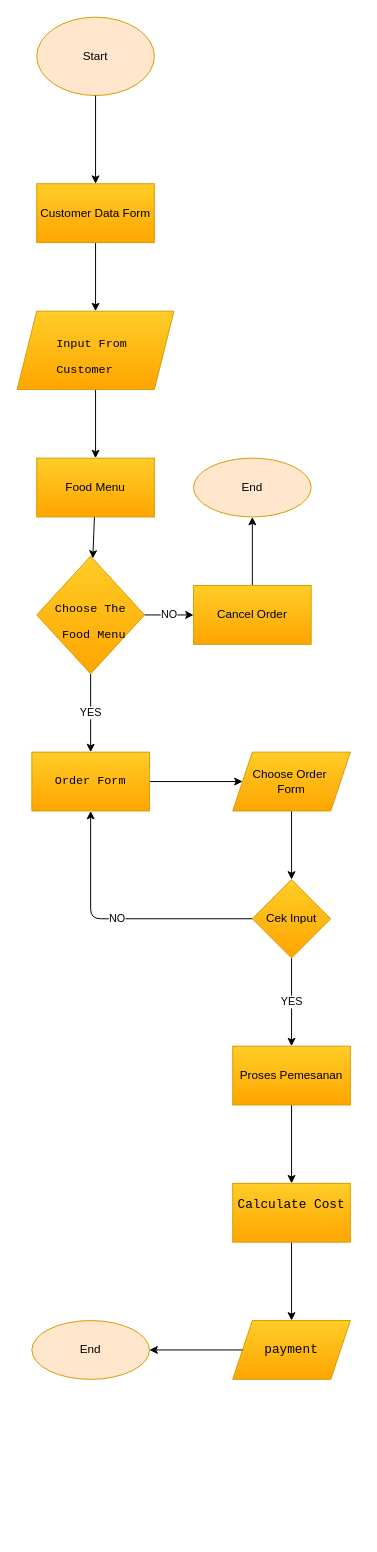
The draw.io diagram Flowchart.Drawio in Deryadlilkarim/ordermakanan-app, before the edit. Source tidied: cells renumbered, new cells numbered last; positions are measured from the earlier drawing's top-left corner, leaving out a move shared by most shapes. Both pictures are drawn from the tidied source at 98%, with x=0, y=0 at pixel (17, 17).
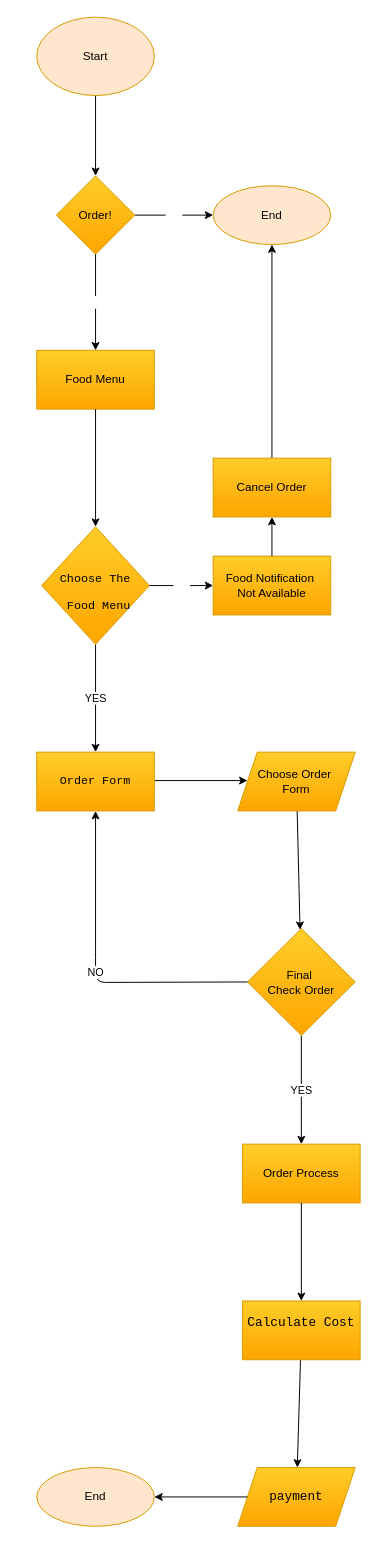
The same diagram, later.

Commit message:
docs: add all conditions Flowchart

Unchanged cells that the change refers to:
```xml
<mxCell id="2" value="Start" style="ellipse;whiteSpace=wrap;html=1;fillColor=#ffe6cc;strokeColor=#d79b00;labelBackgroundColor=none;fontColor=#000000;" parent="1" vertex="1">
  <mxGeometry x="20" width="120" height="80" as="geometry" />
</mxCell>
```

What changed in the source:
```diff
@@
+    <mxCell id="30" style="edgeStyle=none;html=1;" parent="1" edge="1" source="2" target="32">
+      <mxGeometry relative="1" as="geometry" />
+    </mxCell>
@@
-    <mxCell id="3" style="edgeStyle=none;html=1;" parent="1" edge="1" source="2" target="5">
-      <mxGeometry relative="1" as="geometry" />
-    </mxCell>
-    <mxCell id="4" style="edgeStyle=none;html=1;" parent="1" edge="1" source="5" target="7">
-      <mxGeometry relative="1" as="geometry" />
-    </mxCell>
-    <mxCell id="5" value="Customer Data Form" style="whiteSpace=wrap;html=1;fillColor=#ffcd28;strokeColor=#d79b00;gradientColor=#ffa500;fontColor=#000000;" parent="1" vertex="1">
-      <mxGeometry x="20" y="170" width="120" height="60" as="geometry" />
-    </mxCell>
-    <mxCell id="6" style="edgeStyle=none;html=1;" parent="1" edge="1" source="7" target="9">
-      <mxGeometry relative="1" as="geometry" />
-    </mxCell>
-    <mxCell id="7" value="&lt;br&gt;&lt;div class=&quot;tw-ta-container F0azHf tw-nfl&quot; id=&quot;tw-target-text-container&quot; tabindex=&quot;0&quot;&gt;&lt;pre class=&quot;tw-data-text tw-text-large tw-ta&quot; id=&quot;tw-target-text&quot; style=&quot;text-align: left&quot; dir=&quot;ltr&quot;&gt;&lt;/pre&gt;&lt;/div&gt;&lt;div class=&quot;tw-ta-container F0azHf tw-nfl&quot; id=&quot;tw-target-text-container&quot; tabindex=&quot;0&quot;&gt;&lt;pre class=&quot;tw-data-text tw-text-large tw-ta&quot; id=&quot;tw-target-text&quot; style=&quot;text-align: left&quot; dir=&quot;ltr&quot;&gt;&lt;span class=&quot;Y2IQFc&quot; lang=&quot;en&quot;&gt;Input From &lt;/span&gt;&lt;/pre&gt;&lt;pre class=&quot;tw-data-text tw-text-large tw-ta&quot; id=&quot;tw-target-text&quot; style=&quot;text-align: left&quot; dir=&quot;ltr&quot;&gt;&lt;span class=&quot;Y2IQFc&quot; lang=&quot;en&quot;&gt;Customer&lt;/span&gt;&lt;/pre&gt;&lt;/div&gt;&lt;div class=&quot;tw-target-rmn tw-ta-container F0azHf tw-nfl&quot; id=&quot;tw-target-rmn-container&quot; style=&quot;font-size: 10px&quot;&gt;&lt;pre class=&quot;tw-data-placeholder tw-text-small tw-ta&quot; id=&quot;tw-target-rmn&quot; style=&quot;text-align: left&quot; dir=&quot;ltr&quot;&gt;&lt;span class=&quot;Y2IQFc&quot;&gt;&lt;/span&gt;&lt;/pre&gt;&lt;/div&gt;" style="shape=parallelogram;perimeter=parallelogramPerimeter;whiteSpace=wrap;html=1;fixedSize=1;fillColor=#ffcd28;strokeColor=#d79b00;gradientColor=#ffa500;fontColor=#000000;" parent="1" vertex="1">
-      <mxGeometry y="300" width="160" height="80" as="geometry" />
-    </mxCell>
-    <mxCell id="8" style="edgeStyle=none;html=1;" parent="1" edge="1" source="9" target="12">
-      <mxGeometry relative="1" as="geometry" />
-    </mxCell>
     <mxCell id="9" value="Food Menu" style="whiteSpace=wrap;html=1;fillColor=#ffcd28;strokeColor=#d79b00;gradientColor=#ffa500;fontColor=#000000;" parent="1" vertex="1">
-      <mxGeometry x="20" y="450" width="120" height="60" as="geometry" />
+      <mxGeometry x="20" y="340" width="120" height="60" as="geometry" />
     </mxCell>
-    <mxCell id="10" value="NO" style="edgeStyle=none;html=1;" parent="1" edge="1" source="12" target="14">
-      <mxGeometry relative="1" as="geometry" />
-    </mxCell>
-    <mxCell id="11" value="YES" style="edgeStyle=none;html=1;" parent="1" edge="1" source="12" target="17">
-      <mxGeometry relative="1" as="geometry" />
+    <mxCell id="11" value="YES" style="edgeStyle=none;html=1;exitX=0.5;exitY=1;exitDx=0;exitDy=0;" parent="1" edge="1" source="12">
+      <mxGeometry relative="1" as="geometry">
+        <mxPoint x="80" y="750" as="targetPoint" />
+      </mxGeometry>
     </mxCell>
     <mxCell id="12" value="&lt;br&gt;&lt;pre class=&quot;tw-data-text tw-text-large tw-ta&quot; id=&quot;tw-target-text&quot; style=&quot;text-align: left&quot; dir=&quot;ltr&quot;&gt;&lt;span class=&quot;Y2IQFc&quot; lang=&quot;en&quot;&gt;Choose T&lt;/span&gt;he&lt;/pre&gt;&lt;pre class=&quot;tw-data-text tw-text-large tw-ta&quot; id=&quot;tw-target-text&quot; style=&quot;text-align: left&quot; dir=&quot;ltr&quot;&gt; Food Menu&lt;/pre&gt;" style="rhombus;whiteSpace=wrap;html=1;fillColor=#ffcd28;strokeColor=#d79b00;gradientColor=#ffa500;fontColor=#000000;" parent="1" vertex="1">
-      <mxGeometry x="20" y="550" width="110" height="120" as="geometry" />
+      <mxGeometry x="25" y="520" width="110" height="120" as="geometry" />
     </mxCell>
-    <mxCell id="13" style="edgeStyle=none;html=1;" parent="1" edge="1" source="14" target="15">
+    <mxCell id="13" style="edgeStyle=none;html=1;entryX=0.5;entryY=1;entryDx=0;entryDy=0;exitX=0.5;exitY=0;exitDx=0;exitDy=0;" parent="1" edge="1" source="14" target="15">
       <mxGeometry relative="1" as="geometry" />
     </mxCell>
     <mxCell id="14" value="Cancel Order" style="whiteSpace=wrap;html=1;fillColor=#ffcd28;strokeColor=#d79b00;gradientColor=#ffa500;fontColor=#000000;" parent="1" vertex="1">
-      <mxGeometry x="180" y="580" width="120" height="60" as="geometry" />
+      <mxGeometry x="200" y="450" width="120" height="60" as="geometry" />
     </mxCell>
-    <mxCell id="15" value="End" style="ellipse;whiteSpace=wrap;html=1;fillColor=#ffe6cc;strokeColor=#d79b00;fontColor=#000000;" parent="1" vertex="1">
-      <mxGeometry x="180" y="450" width="120" height="60" as="geometry" />
-    </mxCell>
-    <mxCell id="16" style="edgeStyle=none;html=1;" parent="1" edge="1" source="17" target="19">
-      <mxGeometry relative="1" as="geometry" />
+    <mxCell id="16" style="edgeStyle=none;html=1;exitX=1;exitY=0.5;exitDx=0;exitDy=0;" parent="1" edge="1">
+      <mxGeometry relative="1" as="geometry">
+        <mxPoint x="140" y="779" as="sourcePoint" />
+        <mxPoint x="235" y="779" as="targetPoint" />
+      </mxGeometry>
     </mxCell>
     <mxCell id="17" value="&lt;pre class=&quot;tw-data-text tw-text-large tw-ta&quot; id=&quot;tw-target-text&quot; style=&quot;text-align: left&quot; dir=&quot;ltr&quot;&gt;&lt;span class=&quot;Y2IQFc&quot; lang=&quot;en&quot;&gt;Order Form&lt;/span&gt;&lt;/pre&gt;" style="whiteSpace=wrap;html=1;fillColor=#ffcd28;strokeColor=#d79b00;gradientColor=#ffa500;fontColor=#000000;" parent="1" vertex="1">
-      <mxGeometry x="15" y="750" width="120" height="60" as="geometry" />
+      <mxGeometry x="20" y="750" width="120" height="60" as="geometry" />
     </mxCell>
@@
     <mxCell id="19" value="Choose Order&amp;nbsp;&lt;br&gt;Form" style="shape=parallelogram;perimeter=parallelogramPerimeter;whiteSpace=wrap;html=1;fixedSize=1;fillColor=#ffcd28;strokeColor=#d79b00;gradientColor=#ffa500;fontColor=#000000;" parent="1" vertex="1">
-      <mxGeometry x="220" y="750" width="120" height="60" as="geometry" />
+      <mxGeometry x="225" y="750" width="120" height="60" as="geometry" />
     </mxCell>
-    <mxCell id="20" value="YES" style="edgeStyle=none;html=1;" parent="1" edge="1" source="21" target="23">
-      <mxGeometry relative="1" as="geometry" />
+    <mxCell id="20" value="YES" style="edgeStyle=none;html=1;" parent="1" edge="1" source="21">
+      <mxGeometry relative="1" as="geometry">
+        <mxPoint x="290" y="1150" as="targetPoint" />
+      </mxGeometry>
     </mxCell>
-    <mxCell id="21" value="Cek Input" style="rhombus;whiteSpace=wrap;html=1;fillColor=#ffcd28;strokeColor=#d79b00;gradientColor=#ffa500;fontColor=#000000;" parent="1" vertex="1">
-      <mxGeometry x="240" y="880" width="80" height="80" as="geometry" />
+    <mxCell id="21" value="Final&amp;nbsp;&lt;br&gt;Check Order" style="rhombus;whiteSpace=wrap;html=1;fillColor=#ffcd28;strokeColor=#d79b00;gradientColor=#ffa500;fontColor=#000000;" parent="1" vertex="1">
+      <mxGeometry x="235" y="930" width="110" height="109" as="geometry" />
     </mxCell>
-    <mxCell id="22" style="edgeStyle=none;html=1;" parent="1" edge="1" source="23">
-      <mxGeometry relative="1" as="geometry">
-        <mxPoint x="280" y="1190" as="targetPoint" />
-      </mxGeometry>
-    </mxCell>
-    <mxCell id="23" value="Proses Pemesanan" style="whiteSpace=wrap;html=1;fillColor=#ffcd28;strokeColor=#d79b00;gradientColor=#ffa500;fontColor=#000000;" parent="1" vertex="1">
-      <mxGeometry x="220" y="1050" width="120" height="60" as="geometry" />
+    <mxCell id="23" value="Order Process" style="whiteSpace=wrap;html=1;fillColor=#ffcd28;strokeColor=#d79b00;gradientColor=#ffa500;fontColor=#000000;" parent="1" vertex="1">
+      <mxGeometry x="230" y="1150" width="120" height="60" as="geometry" />
     </mxCell>
-    <mxCell id="24" value="NO" style="endArrow=classic;html=1;exitX=0;exitY=0.5;exitDx=0;exitDy=0;" parent="1" edge="1" source="21" target="17">
+    <mxCell id="24" value="NO" style="endArrow=classic;html=1;exitX=0;exitY=0.5;exitDx=0;exitDy=0;entryX=0.5;entryY=1;entryDx=0;entryDy=0;" parent="1" edge="1" source="21" target="17">
       <mxGeometry relative="1" as="geometry">
         <Array as="points">
-          <mxPoint x="75" y="920" />
+          <mxPoint x="80" y="985" />
+          <mxPoint x="80" y="960" />
         </Array>
       </mxGeometry>
     </mxCell>
     <mxCell id="25" value="End" style="ellipse;whiteSpace=wrap;html=1;fillColor=#ffe6cc;strokeColor=#d79b00;gradientColor=none;labelBackgroundColor=none;labelBorderColor=none;fontColor=#000000;" parent="1" vertex="1">
-      <mxGeometry x="15" y="1330" width="120" height="60" as="geometry" />
+      <mxGeometry x="20" y="1480" width="120" height="60" as="geometry" />
     </mxCell>
@@
     <mxCell id="27" value="&#10;&lt;pre class=&quot;tw-data-text tw-text-large tw-ta&quot; id=&quot;tw-target-text&quot; style=&quot;text-align: left&quot; dir=&quot;ltr&quot;&gt;&lt;span class=&quot;Y2IQFc&quot; lang=&quot;en&quot;&gt;Calculate Cost&lt;/span&gt;&lt;/pre&gt;&#10;&#10;" style="rounded=0;whiteSpace=wrap;html=1;fontSize=13;fillColor=#ffcd28;strokeColor=#d79b00;gradientColor=#ffa500;fontColor=#000000;labelBackgroundColor=none;" parent="1" vertex="1">
-      <mxGeometry x="220" y="1190" width="120" height="60" as="geometry" />
+      <mxGeometry x="230" y="1310" width="120" height="60" as="geometry" />
     </mxCell>
     <mxCell id="28" value="&#10;&#10;&lt;span style=&quot;font-family: monospace; font-size: 13px; font-style: normal; font-weight: 400; letter-spacing: normal; text-align: left; text-indent: 0px; text-transform: none; word-spacing: 0px; display: inline; float: none;&quot;&gt;payment&lt;/span&gt;&lt;br class=&quot;Apple-interchange-newline&quot;&gt;&#10;&#10;" style="shape=parallelogram;perimeter=parallelogramPerimeter;whiteSpace=wrap;html=1;fixedSize=1;fontSize=13;fillColor=#ffcd28;strokeColor=#d79b00;fontColor=#000000;rounded=0;gradientColor=#ffa500;labelBackgroundColor=none;" parent="1" vertex="1">
-      <mxGeometry x="220" y="1330" width="120" height="60" as="geometry" />
+      <mxGeometry x="225" y="1480" width="120" height="60" as="geometry" />
     </mxCell>
-    <mxCell id="29" style="endArrow=classic;html=1;fontColor=#000000;exitX=0;exitY=0.5;exitDx=0;exitDy=0;entryX=1;entryY=0.5;entryDx=0;entryDy=0;" parent="1" edge="1" source="28" target="25">
+    <mxCell id="29" style="endArrow=classic;html=1;fontColor=#000000;exitX=0;exitY=0.5;exitDx=0;exitDy=0;" parent="1" edge="1" source="28" target="25">
       <mxGeometry relative="1" as="geometry" />
     </mxCell>
+    <mxCell id="31" value="NO" style="edgeStyle=none;html=1;fontColor=#FFFFFF;" parent="1" edge="1" source="32" target="15">
+      <mxGeometry relative="1" as="geometry" />
+    </mxCell>
+    <mxCell id="32" value="&lt;font color=&quot;#000000&quot;&gt;Order!&lt;/font&gt;" style="rhombus;whiteSpace=wrap;html=1;fillColor=#ffcd28;strokeColor=#d79b00;labelBackgroundColor=none;gradientColor=#ffa500;" parent="1" vertex="1">
+      <mxGeometry x="40" y="162" width="80" height="80" as="geometry" />
+    </mxCell>
+    <mxCell id="33" value="&lt;font color=&quot;#ffffff&quot;&gt;YES&lt;/font&gt;" style="endArrow=classic;html=1;fontColor=#000000;exitX=0.5;exitY=1;exitDx=0;exitDy=0;entryX=0.5;entryY=0;entryDx=0;entryDy=0;" parent="1" edge="1" source="32">
+      <mxGeometry relative="1" as="geometry">
+        <mxPoint x="80" y="340" as="targetPoint" />
+      </mxGeometry>
+    </mxCell>
+    <mxCell id="15" value="&lt;font color=&quot;#000000&quot;&gt;End&lt;/font&gt;" style="ellipse;whiteSpace=wrap;html=1;fillColor=#ffe6cc;strokeColor=#d79b00;labelBackgroundColor=none;" parent="1" vertex="1">
+      <mxGeometry x="200" y="172" width="120" height="60" as="geometry" />
+    </mxCell>
+    <mxCell id="8" style="endArrow=classic;html=1;fontColor=#000000;entryX=0.5;entryY=0;entryDx=0;entryDy=0;" parent="1" edge="1" source="9" target="12">
+      <mxGeometry relative="1" as="geometry" />
+    </mxCell>
+    <mxCell id="34" value="NO" style="endArrow=classic;html=1;fontColor=#FFFFFF;exitX=1;exitY=0.5;exitDx=0;exitDy=0;entryX=0;entryY=0.5;entryDx=0;entryDy=0;entryPerimeter=0;" parent="1" edge="1" source="12" target="36">
+      <mxGeometry relative="1" as="geometry" />
+    </mxCell>
+    <mxCell id="35" style="endArrow=classic;html=1;fontColor=#FFFFFF;entryX=0.5;entryY=0;entryDx=0;entryDy=0;exitX=0.5;exitY=1;exitDx=0;exitDy=0;" parent="1" edge="1" source="23" target="27">
+      <mxGeometry relative="1" as="geometry" />
+    </mxCell>
+    <mxCell id="36" value="&lt;font color=&quot;#000000&quot;&gt;Food Notification&amp;nbsp;&lt;br&gt;Not Available&lt;/font&gt;" style="rounded=0;whiteSpace=wrap;html=1;fillColor=#ffcd28;gradientColor=#ffa500;strokeColor=#d79b00;" parent="1" vertex="1">
+      <mxGeometry x="200" y="550" width="120" height="60" as="geometry" />
+    </mxCell>
+    <mxCell id="37" style="endArrow=classic;html=1;fontColor=#000000;entryX=0.5;entryY=1;entryDx=0;entryDy=0;exitX=0.5;exitY=0;exitDx=0;exitDy=0;" parent="1" edge="1" source="36" target="14">
+      <mxGeometry relative="1" as="geometry" />
+    </mxCell>
```
